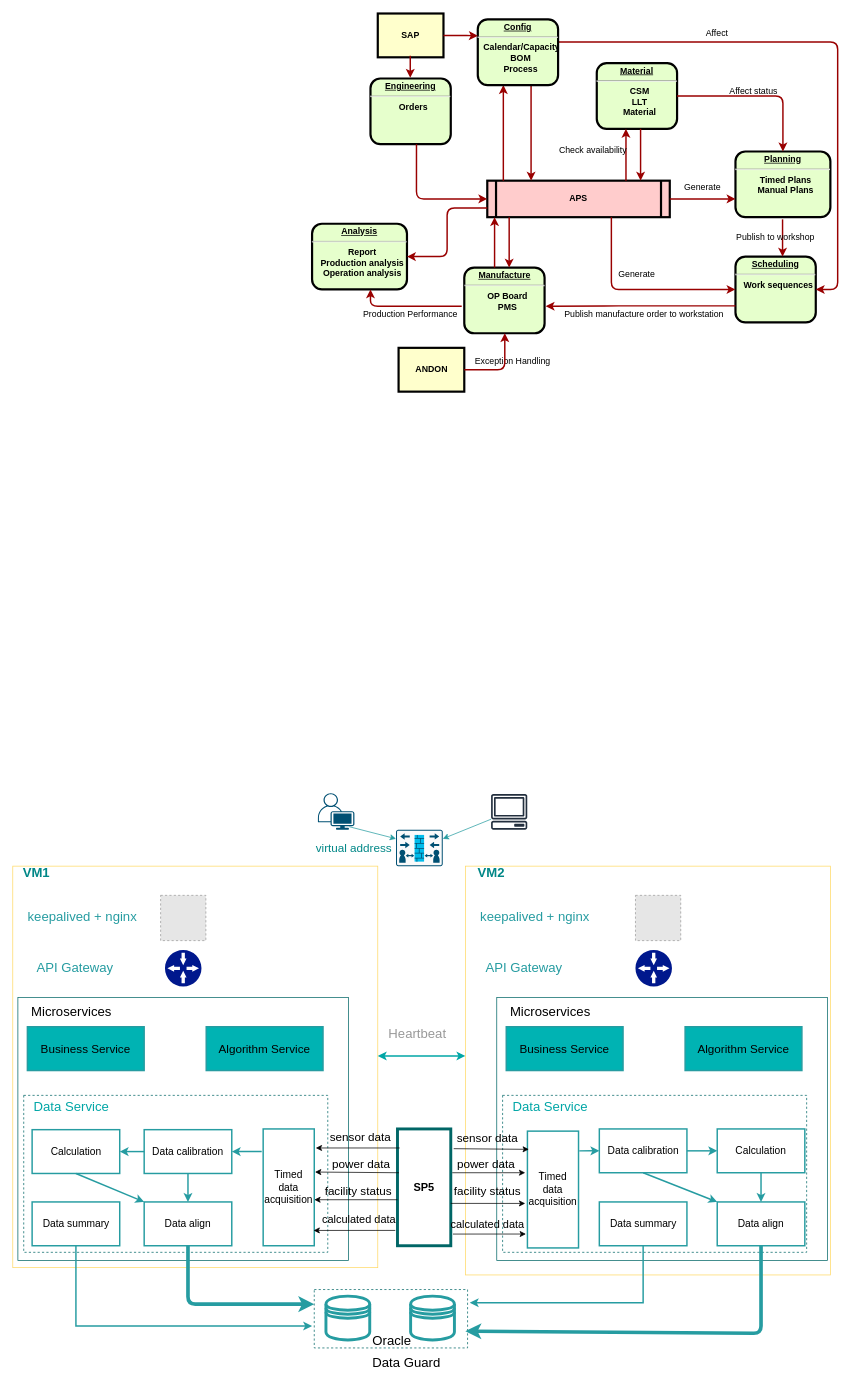
Before: Untitled Diagram.drawio in chinaxiaonan/ant-design, a draw.io diagram. Source tidied: cells renumbered, new cells numbered last; positions are measured from the earlier drawing's top-left corner, leaving out a move shared by most shapes. Both pictures are drawn from the tidied source at 73%, with x=0, y=0 at pixel (12, 13). Pictures stored in the file or linked from it are replaced by grey dashed boxes.
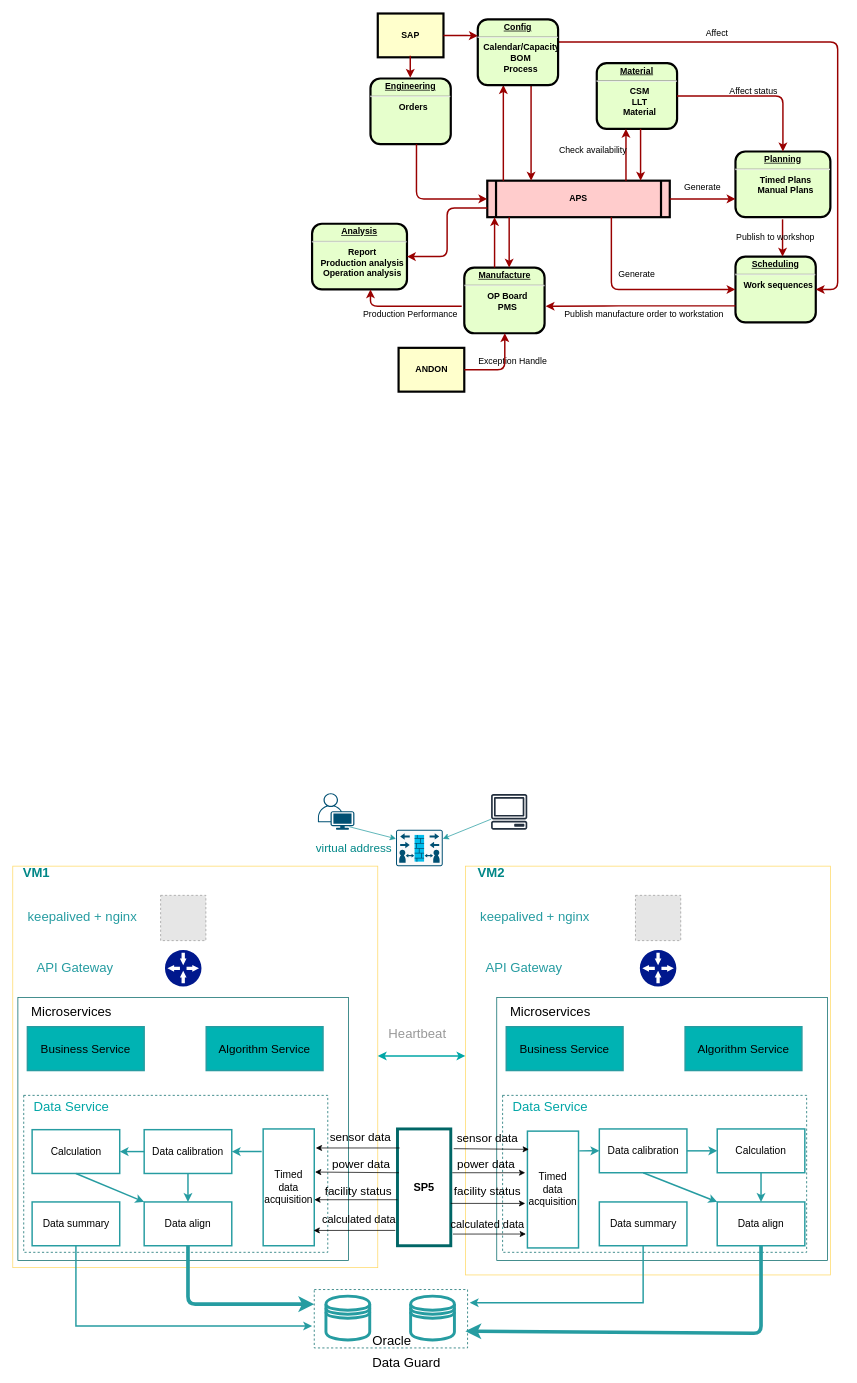
Above is the later version.

What changed in the source:
```diff
@@
-    <mxCell id="14" value="Exception Handling" style="text;spacingTop=-5;align=center;" parent="1" vertex="1">
+    <mxCell id="14" value="Exception Handle" style="text;spacingTop=-5;align=center;" parent="1" vertex="1">
       <mxGeometry x="670" y="468" width="30" height="20" as="geometry" />
     </mxCell>
@@
     <mxCell id="106" style="shadow=0;dashed=0;html=1;strokeColor=none;labelPosition=center;verticalLabelPosition=bottom;verticalAlign=top;align=center;fillColor=#00188D;shape=mxgraph.mscae.enterprise.gateway;" parent="1" vertex="1">
-      <mxGeometry x="853" y="1283" width="50" height="50" as="geometry" />
+      <mxGeometry x="859" y="1283" width="50" height="50" as="geometry" />
     </mxCell>
```
